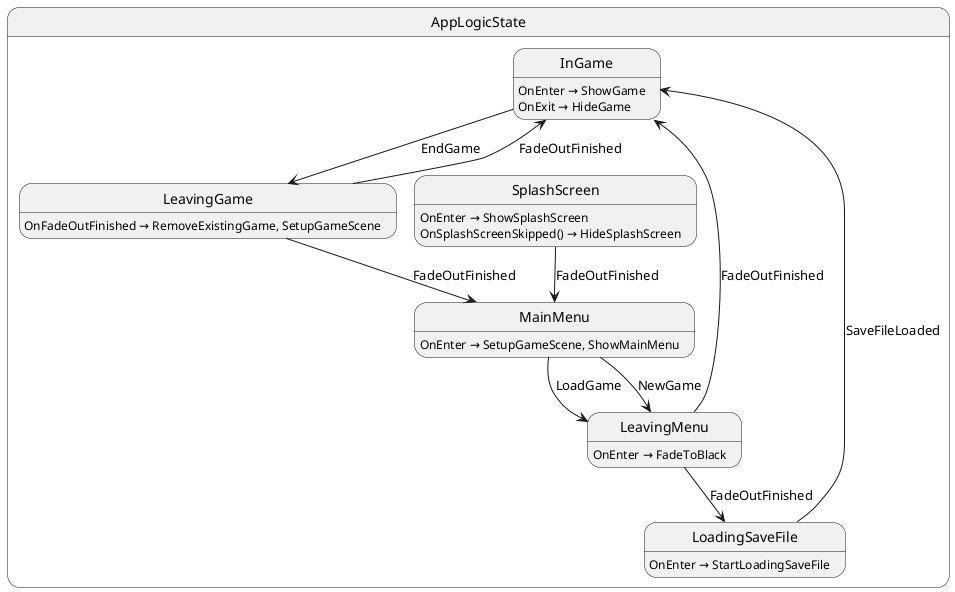
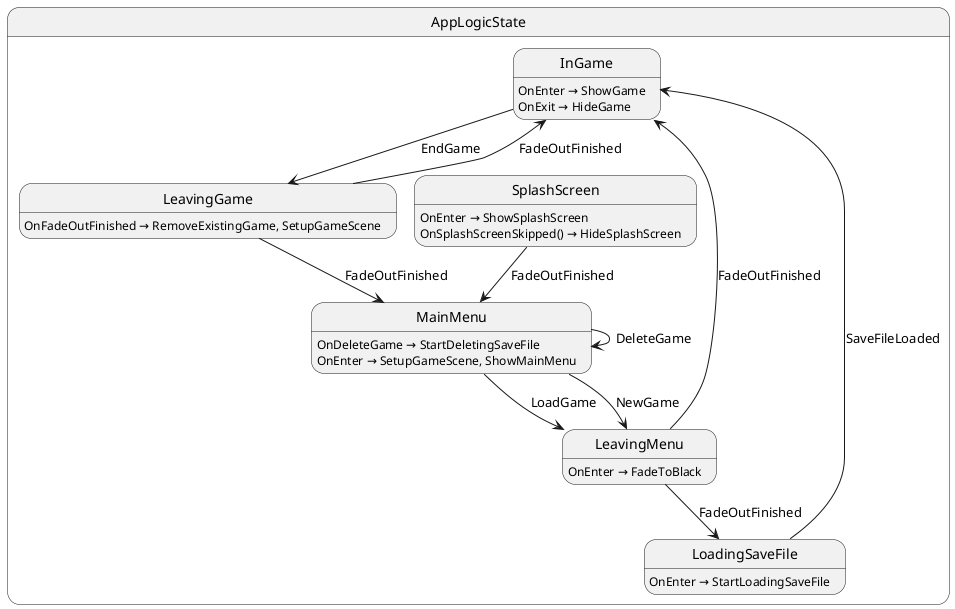
@startuml AppLogicState
state "AppLogicState" as GameDemo_AppLogicState {
  state "InGame" as GameDemo_AppLogicState_InGame
  state "LeavingGame" as GameDemo_AppLogicState_LeavingGame
  state "LeavingMenu" as GameDemo_AppLogicState_LeavingMenu
  state "LoadingSaveFile" as GameDemo_AppLogicState_LoadingSaveFile
  state "MainMenu" as GameDemo_AppLogicState_MainMenu
  state "SplashScreen" as GameDemo_AppLogicState_SplashScreen
}

GameDemo_AppLogicState_InGame --> GameDemo_AppLogicState_LeavingGame : EndGame
GameDemo_AppLogicState_LeavingGame --> GameDemo_AppLogicState_InGame : FadeOutFinished
GameDemo_AppLogicState_LeavingGame --> GameDemo_AppLogicState_MainMenu : FadeOutFinished
GameDemo_AppLogicState_LeavingMenu --> GameDemo_AppLogicState_InGame : FadeOutFinished
GameDemo_AppLogicState_LeavingMenu --> GameDemo_AppLogicState_LoadingSaveFile : FadeOutFinished
GameDemo_AppLogicState_LoadingSaveFile --> GameDemo_AppLogicState_InGame : SaveFileLoaded
GameDemo_AppLogicState_MainMenu --> GameDemo_AppLogicState_LeavingMenu : LoadGame
GameDemo_AppLogicState_MainMenu --> GameDemo_AppLogicState_LeavingMenu : NewGame
+ GameDemo_AppLogicState_MainMenu --> GameDemo_AppLogicState_MainMenu : DeleteGame
GameDemo_AppLogicState_SplashScreen --> GameDemo_AppLogicState_MainMenu : FadeOutFinished

GameDemo_AppLogicState_InGame : OnEnter → ShowGame
GameDemo_AppLogicState_InGame : OnExit → HideGame
GameDemo_AppLogicState_LeavingGame : OnFadeOutFinished → RemoveExistingGame, SetupGameScene
GameDemo_AppLogicState_LeavingMenu : OnEnter → FadeToBlack
GameDemo_AppLogicState_LoadingSaveFile : OnEnter → StartLoadingSaveFile
+ GameDemo_AppLogicState_MainMenu : OnDeleteGame → StartDeletingSaveFile
GameDemo_AppLogicState_MainMenu : OnEnter → SetupGameScene, ShowMainMenu
GameDemo_AppLogicState_SplashScreen : OnEnter → ShowSplashScreen
GameDemo_AppLogicState_SplashScreen : OnSplashScreenSkipped() → HideSplashScreen
@enduml